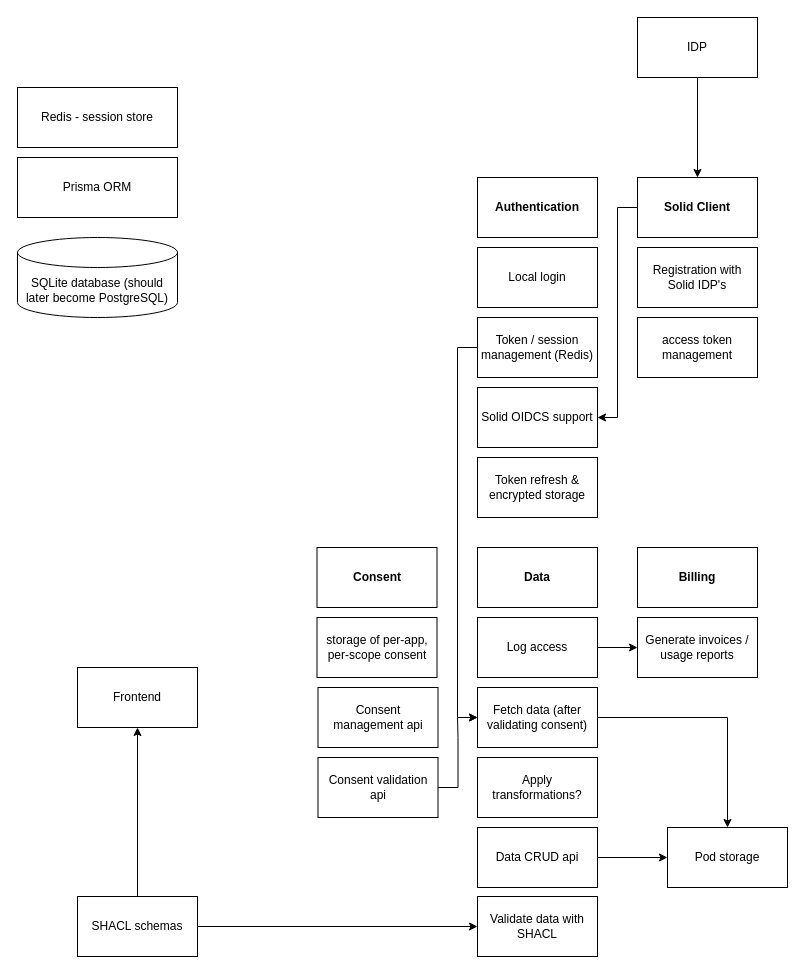
lennartdeknikker/diagrams keeps this draw.io diagram as draw-io/Untitled Diagram.drawio. Above is the earlier version. Source tidied: cells renumbered, new cells numbered last; positions are measured from the earlier drawing's top-left corner, leaving out a move shared by most shapes. Both pictures are drawn from the tidied source at 100%, with x=0, y=0 at pixel (17, 17).
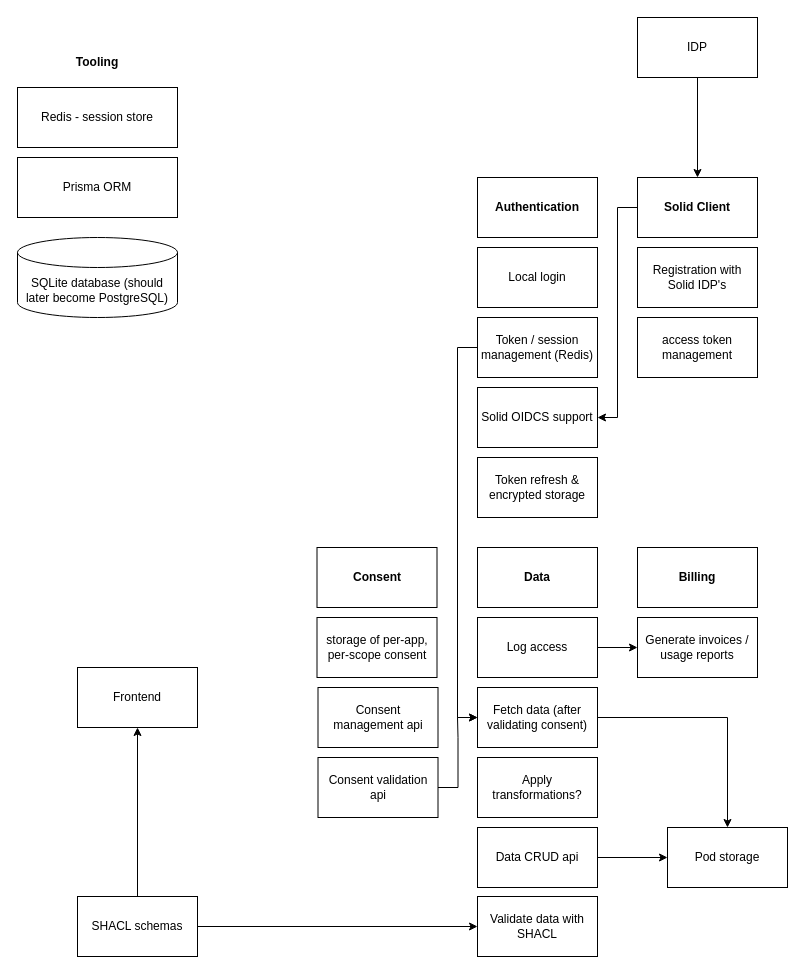
The same diagram, later.

Diff of the diagram source:
```diff
@@
+    <mxCell id="38" value="Tooling" style="text;html=1;align=center;verticalAlign=middle;whiteSpace=wrap;rounded=0;fontStyle=1;" parent="1" vertex="1">
+      <mxGeometry x="50" y="30" width="60" height="30" as="geometry" />
+    </mxCell>
```
